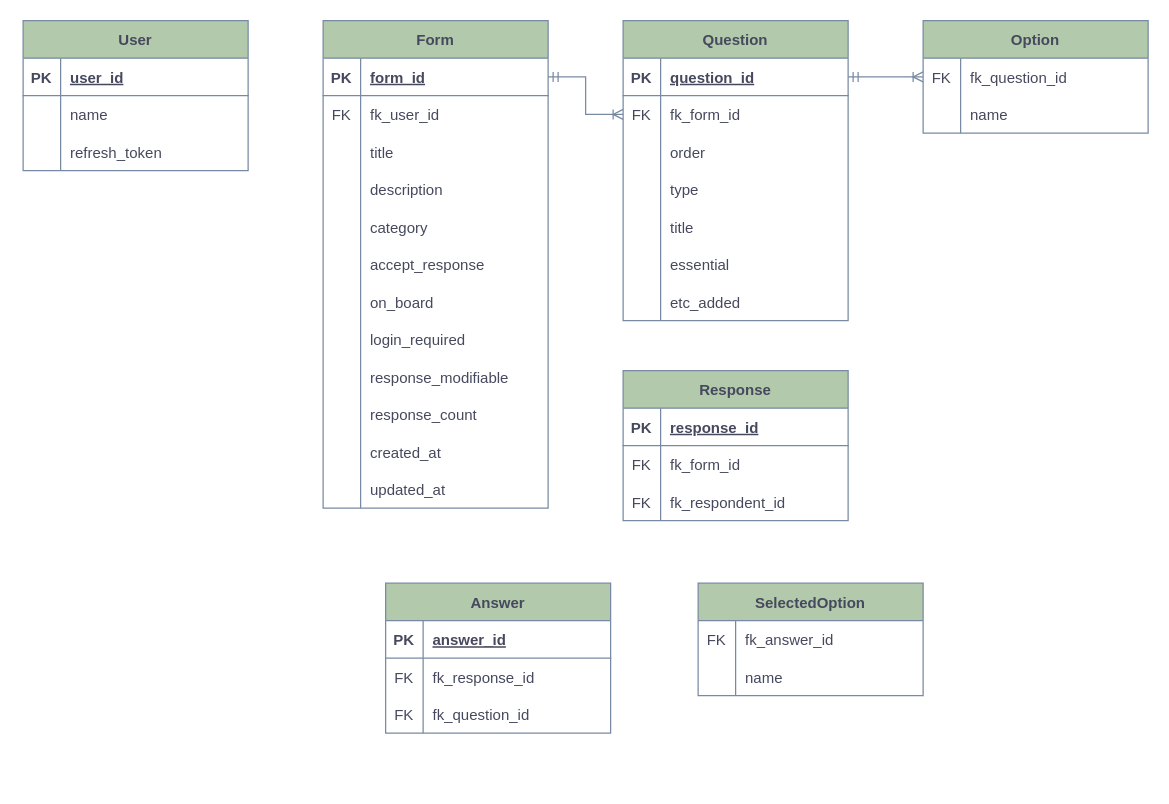
boostcampwm-2022/web28-Boostform keeps this draw.io diagram as server/docs/ERD.drawio. Above is the earlier version. Source tidied: cells renumbered, new cells numbered last; positions are measured from the earlier drawing's top-left corner, leaving out a move shared by most shapes. Both pictures are drawn from the tidied source at 125%, with x=0, y=0 at pixel (22, 20).
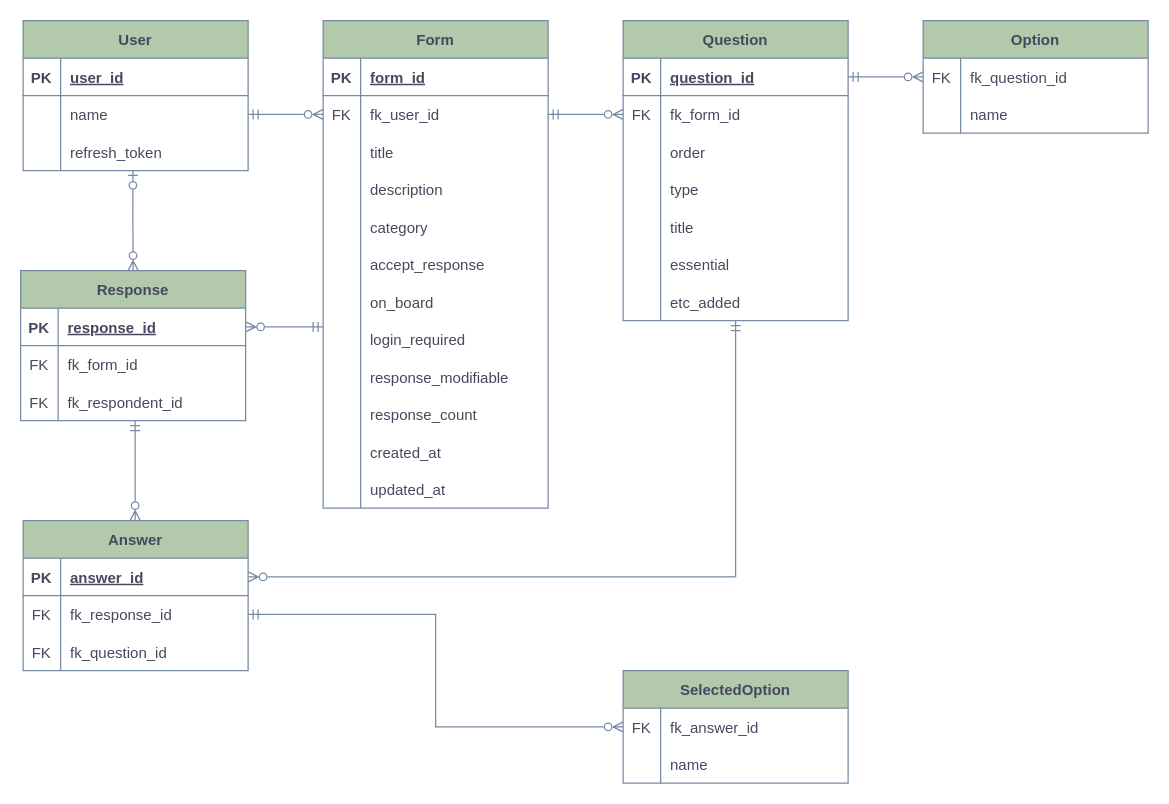
The same page after the edit.

Unchanged cells that the change refers to:
```xml
<mxCell id="6" style="shape=tableRow;horizontal=0;startSize=0;swimlaneHead=0;swimlaneBody=0;fillColor=none;points=[[0,0.5],[1,0.5]];portConstraint=eastwest;top=0;left=0;right=0;bottom=0;strokeColor=#788AA3;fontColor=#46495D;" parent="2" vertex="1">
  <mxGeometry y="60" width="180" height="30" as="geometry" />
</mxCell>
<mxCell id="9" style="shape=tableRow;horizontal=0;startSize=0;swimlaneHead=0;swimlaneBody=0;fillColor=none;points=[[0,0.5],[1,0.5]];portConstraint=eastwest;top=0;left=0;right=0;bottom=0;strokeColor=#788AA3;fontColor=#46495D;" parent="2" vertex="1">
  <mxGeometry y="90" width="180" height="30" as="geometry" />
</mxCell>
<mxCell id="13" style="shape=tableRow;horizontal=0;startSize=0;swimlaneHead=0;swimlaneBody=0;fillColor=none;points=[[0,0.5],[1,0.5]];portConstraint=eastwest;top=0;left=0;right=0;bottom=1;strokeColor=#788AA3;fontColor=#46495D;" parent="12" vertex="1">
  <mxGeometry y="30" width="180" height="30" as="geometry" />
</mxCell>
<mxCell id="16" style="shape=tableRow;horizontal=0;startSize=0;swimlaneHead=0;swimlaneBody=0;fillColor=none;points=[[0,0.5],[1,0.5]];portConstraint=eastwest;top=0;left=0;right=0;bottom=0;strokeColor=#788AA3;fontColor=#46495D;" parent="12" vertex="1">
  <mxGeometry y="60" width="180" height="30" as="geometry" />
</mxCell>
<mxCell id="50" style="shape=tableRow;horizontal=0;startSize=0;swimlaneHead=0;swimlaneBody=0;fillColor=none;points=[[0,0.5],[1,0.5]];portConstraint=eastwest;top=0;left=0;right=0;bottom=1;strokeColor=#788AA3;fontColor=#46495D;" parent="49" vertex="1">
  <mxGeometry y="30" width="180" height="30" as="geometry" />
</mxCell>
<mxCell id="53" style="shape=tableRow;horizontal=0;startSize=0;swimlaneHead=0;swimlaneBody=0;fillColor=none;points=[[0,0.5],[1,0.5]];portConstraint=eastwest;top=0;left=0;right=0;bottom=0;strokeColor=#788AA3;fontColor=#46495D;" parent="49" vertex="1">
  <mxGeometry y="60" width="180" height="30" as="geometry" />
</mxCell>
<mxCell id="68" style="shape=tableRow;horizontal=0;startSize=0;swimlaneHead=0;swimlaneBody=0;fillColor=none;points=[[0,0.5],[1,0.5]];portConstraint=eastwest;top=0;left=0;right=0;bottom=0;strokeColor=#788AA3;fontColor=#46495D;" parent="49" vertex="1">
  <mxGeometry y="210" width="180" height="30" as="geometry" />
</mxCell>
<mxCell id="72" style="shape=tableRow;horizontal=0;startSize=0;swimlaneHead=0;swimlaneBody=0;fillColor=none;points=[[0,0.5],[1,0.5]];portConstraint=eastwest;top=0;left=0;right=0;bottom=0;strokeColor=#788AA3;fontColor=#46495D;" parent="71" vertex="1">
  <mxGeometry y="30" width="180" height="30" as="geometry" />
</mxCell>
<mxCell id="79" style="shape=tableRow;horizontal=0;startSize=0;swimlaneHead=0;swimlaneBody=0;fillColor=none;points=[[0,0.5],[1,0.5]];portConstraint=eastwest;top=0;left=0;right=0;bottom=1;strokeColor=#788AA3;fontColor=#46495D;" parent="78" vertex="1">
  <mxGeometry y="30" width="180" height="30" as="geometry" />
</mxCell>
<mxCell id="89" style="shape=tableRow;horizontal=0;startSize=0;swimlaneHead=0;swimlaneBody=0;fillColor=none;points=[[0,0.5],[1,0.5]];portConstraint=eastwest;top=0;left=0;right=0;bottom=1;strokeColor=#788AA3;fontColor=#46495D;" parent="88" vertex="1">
  <mxGeometry y="30" width="180" height="30" as="geometry" />
</mxCell>
<mxCell id="92" style="shape=tableRow;horizontal=0;startSize=0;swimlaneHead=0;swimlaneBody=0;fillColor=none;points=[[0,0.5],[1,0.5]];portConstraint=eastwest;top=0;left=0;right=0;bottom=0;strokeColor=#788AA3;fontColor=#46495D;" parent="88" vertex="1">
  <mxGeometry y="60" width="180" height="30" as="geometry" />
</mxCell>
<mxCell id="99" style="shape=tableRow;horizontal=0;startSize=0;swimlaneHead=0;swimlaneBody=0;fillColor=none;points=[[0,0.5],[1,0.5]];portConstraint=eastwest;top=0;left=0;right=0;bottom=0;strokeColor=#788AA3;fontColor=#46495D;" parent="98" vertex="1">
  <mxGeometry y="30" width="180" height="30" as="geometry" />
</mxCell>
```

Diff of the diagram source:
```diff
@@
     <mxCell id="78" value="Response" style="shape=table;startSize=30;childLayout=tableLayout;rowLines=0;fontStyle=1;align=center;strokeColor=#788AA3;fontColor=#46495D;fillColor=#B2C9AB;" parent="1" vertex="1">
-      <mxGeometry x="480" y="280" width="180" height="120" as="geometry" />
+      <mxGeometry x="-2" y="200" width="180" height="120" as="geometry" />
     </mxCell>
@@
     <mxCell id="88" value="Answer" style="shape=table;startSize=30;childLayout=tableLayout;rowLines=0;fontStyle=1;align=center;strokeColor=#788AA3;fontColor=#46495D;fillColor=#B2C9AB;" parent="1" vertex="1">
-      <mxGeometry x="290" y="450" width="180" height="120" as="geometry" />
+      <mxGeometry y="400" width="180" height="120" as="geometry" />
     </mxCell>
@@
     <mxCell id="98" value="SelectedOption" style="shape=table;startSize=30;childLayout=tableLayout;rowLines=0;fontStyle=1;align=center;strokeColor=#788AA3;fontColor=#46495D;fillColor=#B2C9AB;" parent="1" vertex="1">
-      <mxGeometry x="540" y="450" width="180" height="90" as="geometry" />
+      <mxGeometry x="480" y="520" width="180" height="90" as="geometry" />
     </mxCell>
@@
-    <mxCell id="105" style="edgeStyle=orthogonalEdgeStyle;rounded=0;jettySize=auto;html=1;exitX=1;exitY=0.5;exitDx=0;exitDy=0;entryX=0;entryY=0.5;entryDx=0;entryDy=0;strokeColor=#788AA3;fontColor=#46495D;startArrow=ERmandOne;startFill=0;endArrow=ERoneToMany;endFill=0;fillColor=#B2C9AB;" parent="1" edge="1" source="13" target="53">
-      <mxGeometry relative="1" as="geometry" />
-    </mxCell>
-    <mxCell id="106" style="edgeStyle=orthogonalEdgeStyle;rounded=0;jettySize=auto;html=1;exitX=1;exitY=0.5;exitDx=0;exitDy=0;entryX=0;entryY=0.5;entryDx=0;entryDy=0;strokeColor=#788AA3;fontColor=#46495D;startArrow=ERmandOne;startFill=0;endArrow=ERoneToMany;endFill=0;fillColor=#B2C9AB;" parent="1" edge="1" source="50" target="72">
+    <mxCell id="106" style="edgeStyle=orthogonalEdgeStyle;rounded=0;jettySize=auto;html=1;exitX=1;exitY=0.5;exitDx=0;exitDy=0;entryX=0;entryY=0.5;entryDx=0;entryDy=0;strokeColor=#788AA3;fontColor=#46495D;startArrow=ERmandOne;startFill=0;endArrow=ERzeroToMany;endFill=0;fillColor=#B2C9AB;" parent="1" edge="1" source="50" target="72">
       <mxGeometry relative="1" as="geometry" />
     </mxCell>
+    <mxCell id="107" style="edgeStyle=orthogonalEdgeStyle;rounded=0;jettySize=auto;html=1;exitX=1;exitY=0.5;exitDx=0;exitDy=0;entryX=0;entryY=0.5;entryDx=0;entryDy=0;strokeColor=#788AA3;fontColor=#46495D;startArrow=ERmandOne;startFill=0;endArrow=ERzeroToMany;endFill=0;fillColor=#B2C9AB;" parent="1" edge="1" source="6" target="16">
+      <mxGeometry relative="1" as="geometry" />
+    </mxCell>
+    <mxCell id="108" style="edgeStyle=orthogonalEdgeStyle;rounded=0;jettySize=auto;html=1;exitX=1;exitY=0.5;exitDx=0;exitDy=0;entryX=0;entryY=0.5;entryDx=0;entryDy=0;strokeColor=#788AA3;fontColor=#46495D;startArrow=ERmandOne;startFill=0;endArrow=ERzeroToMany;endFill=0;fillColor=#B2C9AB;" parent="1" edge="1" source="16" target="53">
+      <mxGeometry relative="1" as="geometry" />
+    </mxCell>
+    <mxCell id="109" style="edgeStyle=orthogonalEdgeStyle;rounded=0;jettySize=auto;html=1;exitX=0.488;exitY=0.993;exitDx=0;exitDy=0;entryX=0.5;entryY=0;entryDx=0;entryDy=0;strokeColor=#788AA3;fontColor=#46495D;startArrow=ERzeroToOne;startFill=0;endArrow=ERzeroToMany;endFill=0;fillColor=#B2C9AB;exitPerimeter=0;" parent="1" edge="1" source="9" target="78">
+      <mxGeometry relative="1" as="geometry" />
+    </mxCell>
+    <mxCell id="110" style="edgeStyle=orthogonalEdgeStyle;rounded=0;jettySize=auto;html=1;exitX=1;exitY=0.5;exitDx=0;exitDy=0;strokeColor=#788AA3;fontColor=#46495D;startArrow=ERzeroToMany;startFill=0;endArrow=ERmandOne;endFill=0;fillColor=#B2C9AB;" parent="1" edge="1" source="79">
+      <mxGeometry relative="1" as="geometry">
+        <mxPoint x="240" y="245" as="targetPoint" />
+      </mxGeometry>
+    </mxCell>
+    <mxCell id="111" style="edgeStyle=orthogonalEdgeStyle;rounded=0;orthogonalLoop=1;jettySize=auto;html=1;exitX=0.488;exitY=0.993;exitDx=0;exitDy=0;entryX=0.5;entryY=0;entryDx=0;entryDy=0;strokeColor=#788AA3;fontColor=#46495D;startArrow=ERmandOne;startFill=0;endArrow=ERzeroToMany;endFill=0;fillColor=#B2C9AB;exitPerimeter=0;" parent="1" edge="1">
+      <mxGeometry relative="1" as="geometry">
+        <mxPoint x="89.6" y="320" as="sourcePoint" />
+        <mxPoint x="89.6" y="400" as="targetPoint" />
+      </mxGeometry>
+    </mxCell>
+    <mxCell id="112" style="edgeStyle=orthogonalEdgeStyle;rounded=0;jettySize=auto;html=1;exitX=1;exitY=0.5;exitDx=0;exitDy=0;strokeColor=#788AA3;fontColor=#46495D;startArrow=ERzeroToMany;startFill=0;endArrow=ERmandOne;endFill=0;fillColor=#B2C9AB;entryX=0.5;entryY=1;entryDx=0;entryDy=0;entryPerimeter=0;" parent="1" edge="1" source="89" target="68">
+      <mxGeometry relative="1" as="geometry" />
+    </mxCell>
+    <mxCell id="113" style="edgeStyle=orthogonalEdgeStyle;rounded=0;jettySize=auto;html=1;exitX=0;exitY=0.5;exitDx=0;exitDy=0;entryX=1;entryY=0.5;entryDx=0;entryDy=0;strokeColor=#788AA3;fontColor=#46495D;startArrow=ERzeroToMany;startFill=0;endArrow=ERmandOne;endFill=0;fillColor=#B2C9AB;" parent="1" edge="1" source="99" target="92">
+      <mxGeometry relative="1" as="geometry" />
+    </mxCell>
```
